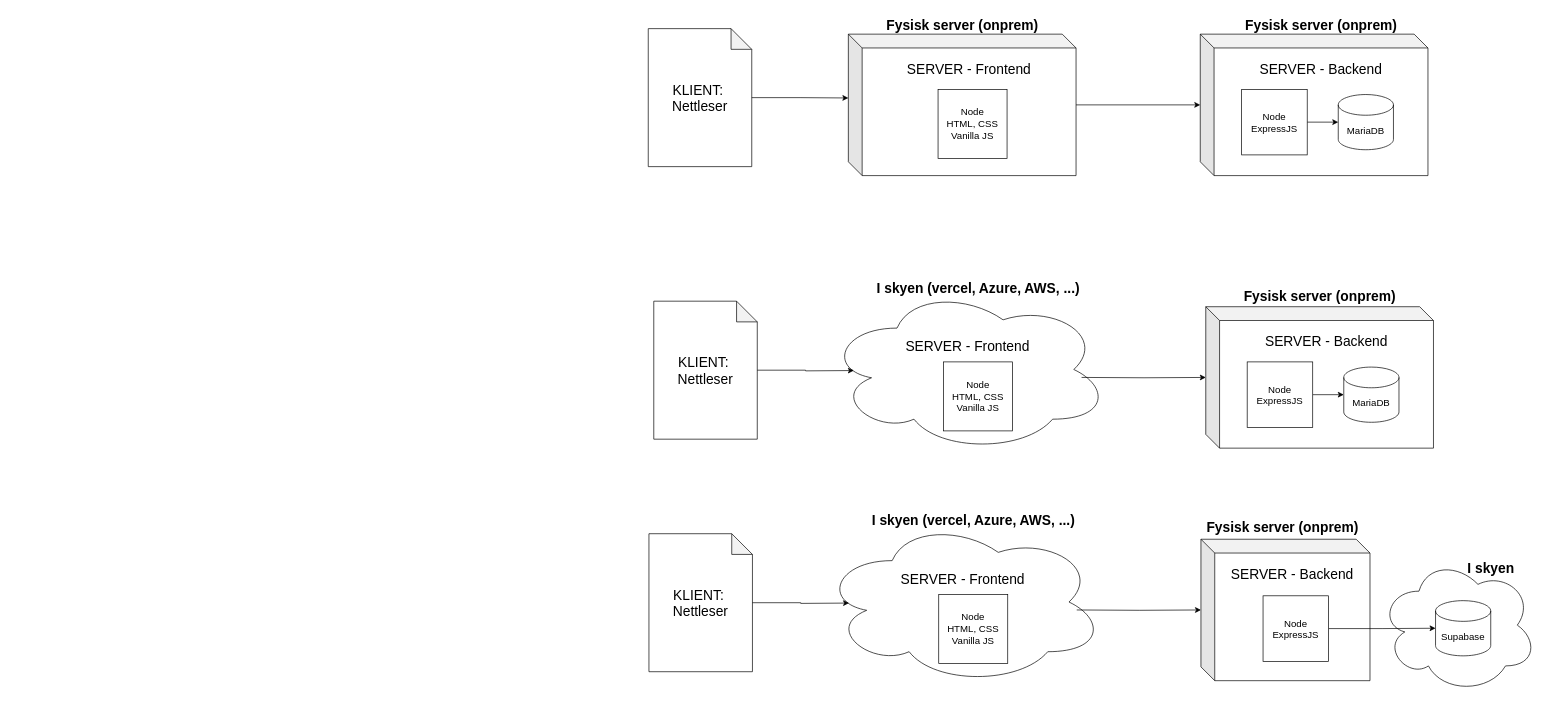
Earlier version of the draw.io diagram deploymentKURS.drawio (Madelelo/diagrammer). Source tidied: cells renumbered, new cells numbered last; positions are measured from the earlier drawing's top-left corner, leaving out a move shared by most shapes. Both pictures are drawn from the tidied source at 69%, with x=0, y=0 at pixel (648, 12).
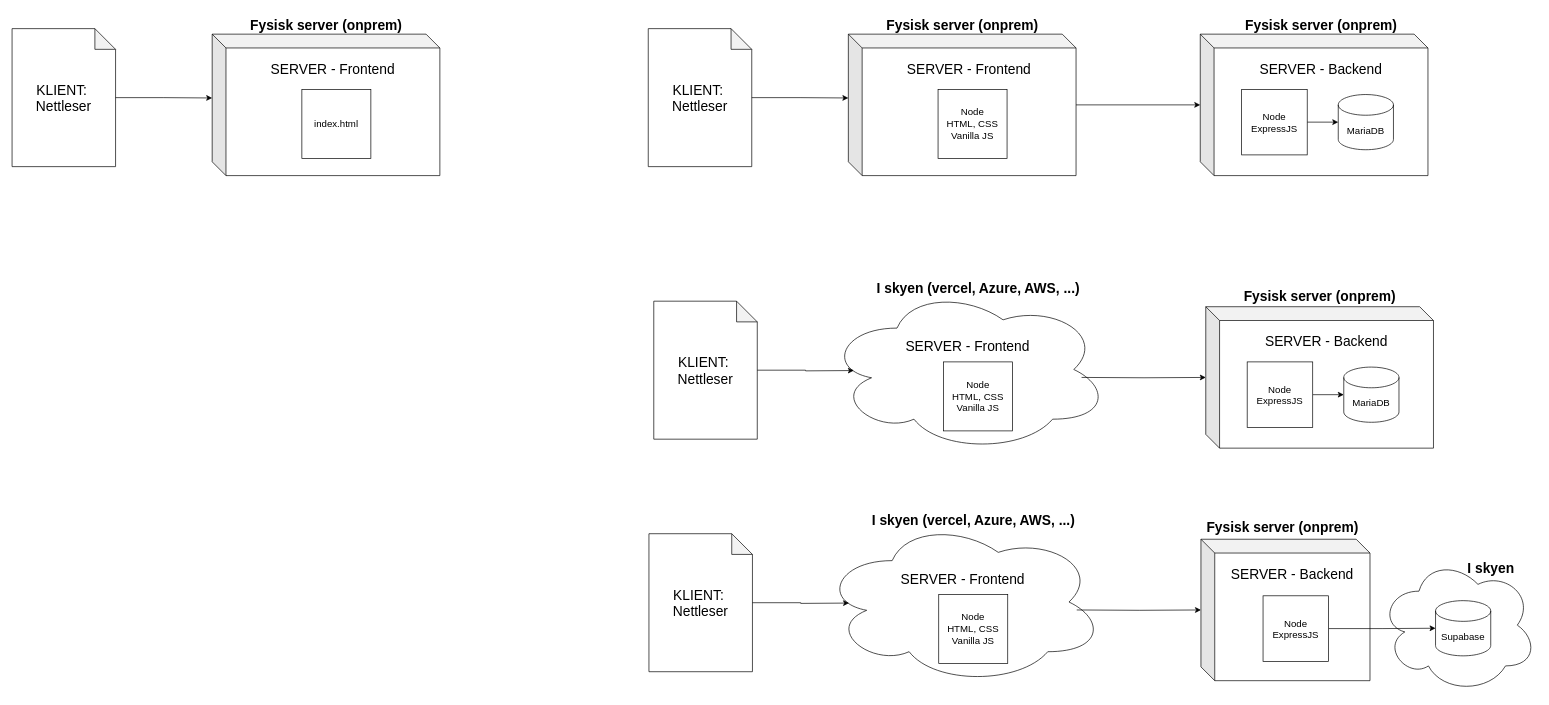
Above is the later version.

What changed in the source:
```diff
@@
+    <mxCell id="42" style="group;" parent="1" vertex="1">
+      <mxGeometry x="-632" y="32" width="330" height="205" as="geometry" />
+    </mxCell>
+    <mxCell id="43" value="&lt;font style=&quot;font-size: 20px;&quot;&gt;SERVER - Frontend&lt;/font&gt;&lt;div&gt;&lt;span style=&quot;font-size: 20px;&quot;&gt;&lt;br&gt;&lt;/span&gt;&lt;div&gt;&lt;br&gt;&lt;/div&gt;&lt;div&gt;&lt;br&gt;&lt;/div&gt;&lt;div&gt;&lt;br&gt;&lt;/div&gt;&lt;div&gt;&lt;br&gt;&lt;/div&gt;&lt;div&gt;&lt;br&gt;&lt;/div&gt;&lt;div&gt;&lt;br&gt;&lt;/div&gt;&lt;div&gt;&lt;br&gt;&lt;/div&gt;&lt;/div&gt;" style="shape=cube;whiteSpace=wrap;html=1;boundedLbl=1;backgroundOutline=1;darkOpacity=0.05;darkOpacity2=0.1;" parent="42" vertex="1">
+      <mxGeometry width="330" height="205" as="geometry" />
+    </mxCell>
+    <mxCell id="44" value="index.html" style="whiteSpace=wrap;html=1;fontSize=14;" parent="42" vertex="1">
+      <mxGeometry x="130" y="80" width="100" height="100" as="geometry" />
+    </mxCell>
+    <mxCell id="45" value="&lt;font style=&quot;font-size: 20px;&quot;&gt;KLIENT:&amp;nbsp;&lt;/font&gt;&lt;div&gt;&lt;font style=&quot;font-size: 20px;&quot;&gt;Nettleser&lt;/font&gt;&lt;/div&gt;" style="shape=note;whiteSpace=wrap;html=1;backgroundOutline=1;darkOpacity=0.05;" parent="1" vertex="1">
+      <mxGeometry x="-922" y="24" width="150" height="200" as="geometry" />
+    </mxCell>
+    <mxCell id="46" value="Fysisk server (onprem)" style="text;html=1;align=center;verticalAlign=middle;strokeColor=none;fillColor=none;fontSize=20;fontStyle=1;" parent="1" vertex="1">
+      <mxGeometry x="-578" width="222" height="36" as="geometry" />
+    </mxCell>
+    <mxCell id="47" style="edgeStyle=orthogonalEdgeStyle;rounded=0;jettySize=auto;html=1;entryX=0;entryY=0;entryDx=0;entryDy=92.5;entryPerimeter=0;" parent="1" edge="1" source="45" target="43">
+      <mxGeometry relative="1" as="geometry" />
+    </mxCell>
```
